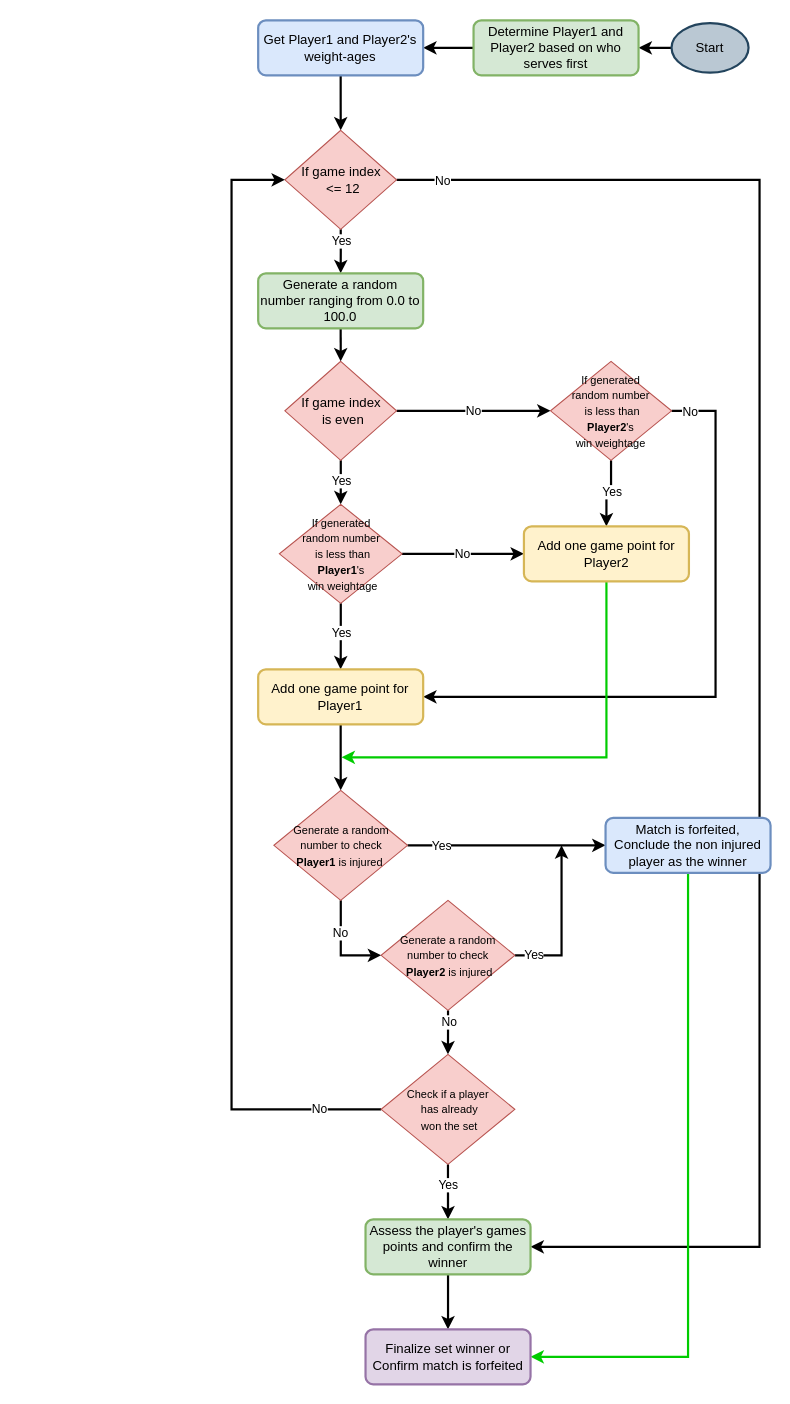
This is Final Project/TennisModel/SetSimulationDiagram.drawio from sriksrik7/SYS-611, a draw.io file, before an edit. Source tidied: cells renumbered, new cells numbered last; positions are measured from the earlier drawing's top-left corner, leaving out a move shared by most shapes. Both pictures are drawn from the tidied source at 110%, with x=0, y=0 at pixel (231, 20).
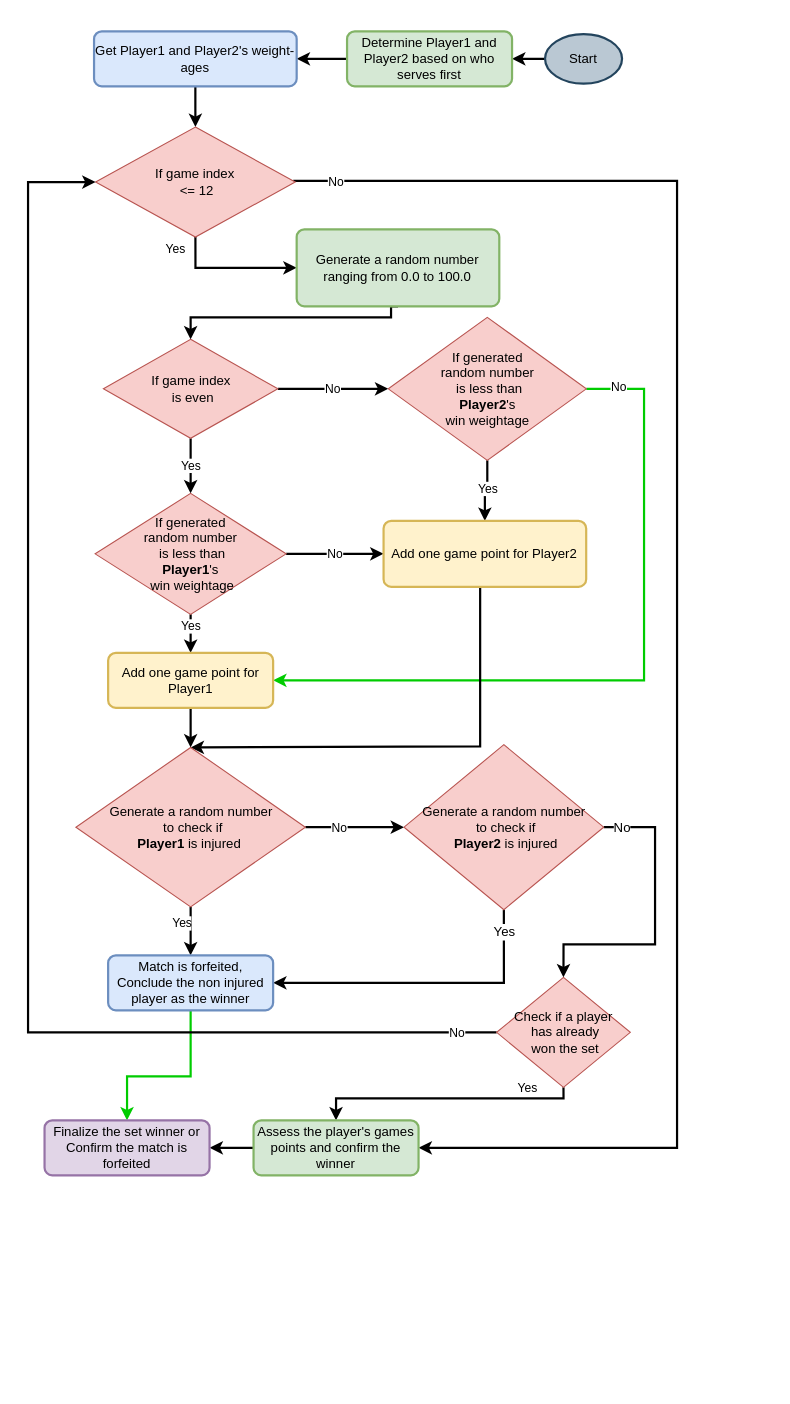
The same page after the edit.

Unchanged cells that the change refers to:
```xml
<mxCell id="8" style="edgeStyle=orthogonalEdgeStyle;rounded=0;jettySize=auto;html=1;exitX=0.5;exitY=1;exitDx=0;exitDy=0;strokeWidth=2;" parent="1" edge="1" source="12" target="18">
  <mxGeometry relative="1" as="geometry" />
</mxCell>
<mxCell id="19" style="edgeStyle=orthogonalEdgeStyle;rounded=0;jettySize=auto;html=1;entryX=0.5;entryY=0;entryDx=0;entryDy=0;strokeWidth=2;" parent="1" edge="1" source="22" target="29">
  <mxGeometry relative="1" as="geometry" />
</mxCell>
<mxCell id="33" style="edgeStyle=orthogonalEdgeStyle;rounded=0;jettySize=auto;html=1;strokeWidth=2;" parent="1" edge="1" source="35" target="41">
  <mxGeometry relative="1" as="geometry" />
</mxCell>
```

The edit, as a diff of the source:
```diff
@@
     <mxCell id="3" value="Start" style="strokeWidth=2;html=1;shape=mxgraph.flowchart.start_1;whiteSpace=wrap;fillColor=#bac8d3;strokeColor=#23445d;" parent="1" vertex="1">
-      <mxGeometry x="400" y="2.5" width="70" height="45" as="geometry" />
+      <mxGeometry x="285" y="12.5" width="70" height="45" as="geometry" />
     </mxCell>
@@
     <mxCell id="5" value="Determine Player1 and Player2 based on who serves first" style="rounded=1;whiteSpace=wrap;html=1;absoluteArcSize=1;arcSize=14;strokeWidth=2;fillColor=#d5e8d4;strokeColor=#82b366;" parent="1" vertex="1">
-      <mxGeometry x="220" width="150" height="50" as="geometry" />
+      <mxGeometry x="105" y="10" width="150" height="50" as="geometry" />
     </mxCell>
@@
     <mxCell id="7" value="Get Player1 and Player2's weight-ages" style="rounded=1;whiteSpace=wrap;html=1;absoluteArcSize=1;arcSize=14;strokeWidth=2;fillColor=#dae8fc;strokeColor=#6c8ebf;" parent="1" vertex="1">
-      <mxGeometry x="24.2" width="150" height="50" as="geometry" />
+      <mxGeometry x="-125" y="10" width="184.2" height="50" as="geometry" />
     </mxCell>
@@
     <mxCell id="9" value="Yes" style="edgeLabel;html=1;align=center;verticalAlign=middle;" parent="8" vertex="1">
       <mxGeometry x="-0.56" y="-1" relative="1" as="geometry">
-        <mxPoint x="1" y="1" as="offset" />
+        <mxPoint x="-18" y="-16" as="offset" />
       </mxGeometry>
     </mxCell>
     <mxCell id="10" style="edgeStyle=orthogonalEdgeStyle;rounded=0;jettySize=auto;html=1;strokeWidth=2;entryX=1;entryY=0.5;entryDx=0;entryDy=0;" parent="1" edge="1" source="12" target="48">
       <mxGeometry relative="1" as="geometry">
         <Array as="points">
-          <mxPoint x="480" y="145" />
-          <mxPoint x="480" y="1115" />
+          <mxPoint x="405" y="146" />
+          <mxPoint x="405" y="1025" />
         </Array>
       </mxGeometry>
     </mxCell>
@@
     <mxCell id="12" value="If game index&lt;br&gt;&amp;nbsp;&amp;lt;= 12" style="rhombus;whiteSpace=wrap;html=1;fillColor=#f8cecc;strokeColor=#b85450;" parent="1" vertex="1">
-      <mxGeometry x="48.5" y="100" width="101.5" height="90" as="geometry" />
+      <mxGeometry x="-123.6" y="97" width="181.5" height="100" as="geometry" />
     </mxCell>
@@
     <mxCell id="16" value="If game index&lt;br&gt;&amp;nbsp;is even" style="rhombus;whiteSpace=wrap;html=1;fillColor=#f8cecc;strokeColor=#b85450;" parent="1" vertex="1">
-      <mxGeometry x="48.5" y="310" width="101.5" height="90" as="geometry" />
+      <mxGeometry x="-116.5" y="290" width="158.6" height="90" as="geometry" />
     </mxCell>
     <mxCell id="17" style="edgeStyle=orthogonalEdgeStyle;rounded=0;jettySize=auto;html=1;exitX=0.5;exitY=1;exitDx=0;exitDy=0;entryX=0.5;entryY=0;entryDx=0;entryDy=0;strokeWidth=2;" parent="1" edge="1" source="18" target="16">
-      <mxGeometry relative="1" as="geometry" />
+      <mxGeometry relative="1" as="geometry">
+        <Array as="points">
+          <mxPoint x="145" y="260" />
+          <mxPoint x="145" y="270" />
+          <mxPoint x="-37" y="270" />
+        </Array>
+      </mxGeometry>
     </mxCell>
     <mxCell id="18" value="Generate a random number ranging from 0.0 to 100.0" style="rounded=1;whiteSpace=wrap;html=1;absoluteArcSize=1;arcSize=14;strokeWidth=2;fillColor=#d5e8d4;strokeColor=#82b366;" parent="1" vertex="1">
-      <mxGeometry x="24.2" y="230" width="150" height="50" as="geometry" />
+      <mxGeometry x="59.2" y="190" width="184.2" height="70" as="geometry" />
     </mxCell>
@@
     <mxCell id="20" value="Yes" style="edgeLabel;html=1;align=center;verticalAlign=middle;" parent="19" vertex="1">
-      <mxGeometry x="-0.1" relative="1" as="geometry" />
+      <mxGeometry x="-0.1" relative="1" as="geometry">
+        <mxPoint y="-10" as="offset" />
+      </mxGeometry>
     </mxCell>
@@
-    <mxCell id="22" value="&lt;font style=&quot;font-size: 10px&quot;&gt;If generated &lt;br&gt;random number&lt;br&gt;&amp;nbsp;is less than&lt;br&gt;&lt;b&gt;Player1&lt;/b&gt;'s&lt;br&gt;&amp;nbsp;win weightage&lt;/font&gt;" style="rhombus;whiteSpace=wrap;html=1;fillColor=#f8cecc;strokeColor=#b85450;" parent="1" vertex="1">
-      <mxGeometry x="43.5" y="440" width="111.5" height="90" as="geometry" />
+    <mxCell id="22" value="&lt;font style=&quot;font-size: 12px&quot;&gt;If generated &lt;br&gt;random number&lt;br&gt;&amp;nbsp;is less than&lt;br&gt;&lt;b&gt;Player1&lt;/b&gt;'s&lt;br&gt;&amp;nbsp;win weightage&lt;/font&gt;" style="rhombus;whiteSpace=wrap;html=1;fillColor=#f8cecc;strokeColor=#b85450;" parent="1" vertex="1">
+      <mxGeometry x="-124" y="430" width="173.6" height="110" as="geometry" />
     </mxCell>
@@
-    <mxCell id="25" style="edgeStyle=orthogonalEdgeStyle;rounded=0;jettySize=auto;html=1;strokeWidth=2;entryX=1;entryY=0.5;entryDx=0;entryDy=0;" parent="1" edge="1" source="27" target="29">
+    <mxCell id="25" style="edgeStyle=orthogonalEdgeStyle;rounded=0;jettySize=auto;html=1;strokeWidth=2;entryX=1;entryY=0.5;entryDx=0;entryDy=0;exitX=1;exitY=0.5;exitDx=0;exitDy=0;strokeColor=#00CC00;" parent="1" edge="1" source="27" target="29">
       <mxGeometry relative="1" as="geometry">
         <Array as="points">
-          <mxPoint x="440" y="355" />
-          <mxPoint x="440" y="615" />
+          <mxPoint x="375" y="335" />
+          <mxPoint x="375" y="600" />
         </Array>
       </mxGeometry>
     </mxCell>
@@
-    <mxCell id="27" value="&lt;font style=&quot;font-size: 10px&quot;&gt;If generated &lt;br&gt;random number&lt;br&gt;&amp;nbsp;is less than&lt;br&gt;&lt;b&gt;Player2&lt;/b&gt;'s &lt;br&gt;win weightage&lt;/font&gt;" style="rhombus;whiteSpace=wrap;html=1;fillColor=#f8cecc;strokeColor=#b85450;" parent="1" vertex="1">
-      <mxGeometry x="290" y="310" width="110" height="90" as="geometry" />
+    <mxCell id="27" value="&lt;font style=&quot;font-size: 12px&quot;&gt;If generated &lt;br&gt;random number&lt;br&gt;&amp;nbsp;is less than&lt;br&gt;&lt;b&gt;Player2&lt;/b&gt;'s &lt;br&gt;win weightage&lt;/font&gt;" style="rhombus;whiteSpace=wrap;html=1;fillColor=#f8cecc;strokeColor=#b85450;" parent="1" vertex="1">
+      <mxGeometry x="142.5" y="270" width="180" height="130" as="geometry" />
     </mxCell>
@@
     <mxCell id="29" value="Add one game point for Player1" style="rounded=1;whiteSpace=wrap;html=1;absoluteArcSize=1;arcSize=14;strokeWidth=2;fillColor=#fff2cc;strokeColor=#d6b656;" parent="1" vertex="1">
-      <mxGeometry x="24.2" y="590" width="150" height="50" as="geometry" />
+      <mxGeometry x="-112.2" y="575" width="150" height="50" as="geometry" />
     </mxCell>
-    <mxCell id="30" style="edgeStyle=orthogonalEdgeStyle;rounded=0;jettySize=auto;html=1;strokeWidth=2;strokeColor=#00CC00;" parent="1" edge="1" source="31">
+    <mxCell id="30" style="edgeStyle=orthogonalEdgeStyle;rounded=0;jettySize=auto;html=1;strokeWidth=2;entryX=0.5;entryY=0;entryDx=0;entryDy=0;" parent="1" edge="1" source="31" target="35">
       <mxGeometry relative="1" as="geometry">
-        <mxPoint x="100" y="670" as="targetPoint" />
         <Array as="points">
-          <mxPoint x="341" y="670" />
+          <mxPoint x="226" y="660" />
+          <mxPoint x="-37" y="660" />
         </Array>
       </mxGeometry>
     </mxCell>
     <mxCell id="31" value="Add one game point for Player2" style="rounded=1;whiteSpace=wrap;html=1;absoluteArcSize=1;arcSize=14;strokeWidth=2;fillColor=#fff2cc;strokeColor=#d6b656;" parent="1" vertex="1">
-      <mxGeometry x="265.8" y="460" width="150" height="50" as="geometry" />
+      <mxGeometry x="138.2" y="455" width="184.2" height="60" as="geometry" />
     </mxCell>
@@
     <mxCell id="34" value="Yes" style="edgeLabel;html=1;align=center;verticalAlign=middle;" parent="33" vertex="1">
       <mxGeometry x="-0.81" y="-2" relative="1" as="geometry">
-        <mxPoint x="13" y="-2" as="offset" />
+        <mxPoint x="-6" y="10" as="offset" />
       </mxGeometry>
     </mxCell>
-    <mxCell id="35" value="&lt;span style=&quot;font-size: 10px&quot;&gt;Generate a&amp;nbsp;random number to check &lt;br&gt;&lt;b&gt;Player1&lt;/b&gt; is injured&amp;nbsp;&lt;/span&gt;" style="rhombus;whiteSpace=wrap;html=1;fillColor=#f8cecc;strokeColor=#b85450;" parent="1" vertex="1">
-      <mxGeometry x="38.5" y="700" width="121.5" height="100" as="geometry" />
+    <mxCell id="35" value="&lt;span&gt;Generate a&amp;nbsp;random number&lt;br&gt;&amp;nbsp;to check if&lt;br&gt;&lt;b&gt;Player1&lt;/b&gt; is injured&amp;nbsp;&lt;/span&gt;" style="rhombus;whiteSpace=wrap;html=1;fillColor=#f8cecc;strokeColor=#b85450;" parent="1" vertex="1">
+      <mxGeometry x="-141.5" y="661" width="208.6" height="145" as="geometry" />
     </mxCell>
-    <mxCell id="36" value="Yes" style="edgeStyle=orthogonalEdgeStyle;rounded=0;jettySize=auto;html=1;strokeWidth=2;" parent="1" edge="1" source="39">
-      <mxGeometry x="-0.76" relative="1" as="geometry">
-        <mxPoint x="300" y="750" as="targetPoint" />
+    <mxCell id="36" value="&lt;font style=&quot;font-size: 12px&quot;&gt;Yes&lt;/font&gt;" style="edgeStyle=orthogonalEdgeStyle;rounded=0;jettySize=auto;html=1;strokeWidth=2;exitX=0.5;exitY=1;exitDx=0;exitDy=0;entryX=1;entryY=0.5;entryDx=0;entryDy=0;" parent="1" edge="1" source="39" target="41">
+      <mxGeometry x="-0.85" relative="1" as="geometry">
         <Array as="points">
-          <mxPoint x="300" y="850" />
+          <mxPoint x="248" y="875" />
         </Array>
       </mxGeometry>
     </mxCell>
-    <mxCell id="37" style="edgeStyle=orthogonalEdgeStyle;rounded=0;jettySize=auto;html=1;strokeWidth=2;entryX=0.5;entryY=0;entryDx=0;entryDy=0;" parent="1" edge="1" source="39" target="46">
-      <mxGeometry relative="1" as="geometry" />
+    <mxCell id="37" style="edgeStyle=orthogonalEdgeStyle;rounded=0;jettySize=auto;html=1;strokeWidth=2;entryX=0.5;entryY=0;entryDx=0;entryDy=0;exitX=1;exitY=0.5;exitDx=0;exitDy=0;" parent="1" edge="1" source="39" target="46">
+      <mxGeometry relative="1" as="geometry">
+        <Array as="points">
+          <mxPoint x="385" y="734" />
+          <mxPoint x="385" y="840" />
+          <mxPoint x="302" y="840" />
+        </Array>
+      </mxGeometry>
     </mxCell>
-    <mxCell id="38" value="No" style="edgeLabel;html=1;align=center;verticalAlign=middle;" parent="37" vertex="1">
-      <mxGeometry x="-0.45" y="1" relative="1" as="geometry" />
+    <mxCell id="38" value="No" style="edgeLabel;html=1;align=center;verticalAlign=middle;fontSize=12;" parent="37" vertex="1">
+      <mxGeometry x="-0.91" y="-3" relative="1" as="geometry">
+        <mxPoint x="4" y="-3" as="offset" />
+      </mxGeometry>
     </mxCell>
-    <mxCell id="39" value="&lt;span style=&quot;font-size: 10px&quot;&gt;Generate a&amp;nbsp;random number to check&lt;br&gt;&amp;nbsp;&amp;nbsp;&lt;b&gt;Player2&lt;/b&gt; is injured&amp;nbsp;&lt;/span&gt;" style="rhombus;whiteSpace=wrap;html=1;fillColor=#f8cecc;strokeColor=#b85450;" parent="1" vertex="1">
-      <mxGeometry x="136" y="800" width="121.5" height="100" as="geometry" />
+    <mxCell id="39" value="&lt;span&gt;Generate a&amp;nbsp;random number&lt;br&gt;&amp;nbsp;to check if&lt;br&gt;&amp;nbsp;&amp;nbsp;&lt;b&gt;Player2&lt;/b&gt; is injured&amp;nbsp;&lt;/span&gt;" style="rhombus;whiteSpace=wrap;html=1;fillColor=#f8cecc;strokeColor=#b85450;" parent="1" vertex="1">
+      <mxGeometry x="156.8" y="658.5" width="181.5" height="150" as="geometry" />
     </mxCell>
-    <mxCell id="40" style="edgeStyle=orthogonalEdgeStyle;rounded=0;jettySize=auto;html=1;strokeWidth=2;entryX=1;entryY=0.5;entryDx=0;entryDy=0;strokeColor=#00CC00;" parent="1" edge="1" source="41" target="49">
+    <mxCell id="40" style="edgeStyle=orthogonalEdgeStyle;rounded=0;jettySize=auto;html=1;entryX=0.5;entryY=0;entryDx=0;entryDy=0;strokeWidth=2;strokeColor=#00CC00;" parent="1" edge="1" source="41" target="49">
       <mxGeometry relative="1" as="geometry">
         <Array as="points">
-          <mxPoint x="415" y="1215" />
+          <mxPoint x="-37" y="960" />
+          <mxPoint x="-95" y="960" />
         </Array>
       </mxGeometry>
     </mxCell>
     <mxCell id="41" value="Match is forfeited, Conclude the non injured player as the winner" style="rounded=1;whiteSpace=wrap;html=1;absoluteArcSize=1;arcSize=14;strokeWidth=2;fillColor=#dae8fc;strokeColor=#6c8ebf;" parent="1" vertex="1">
-      <mxGeometry x="340" y="725" width="150" height="50" as="geometry" />
+      <mxGeometry x="-112.2" y="850" width="150" height="50" as="geometry" />
     </mxCell>
-    <mxCell id="42" style="edgeStyle=orthogonalEdgeStyle;rounded=0;jettySize=auto;html=1;strokeWidth=2;entryX=0;entryY=0.5;entryDx=0;entryDy=0;" parent="1" edge="1" source="46" target="12">
+    <mxCell id="42" style="edgeStyle=orthogonalEdgeStyle;rounded=0;jettySize=auto;html=1;strokeWidth=2;entryX=0;entryY=0.5;entryDx=0;entryDy=0;exitX=0;exitY=0.5;exitDx=0;exitDy=0;" parent="1" edge="1" source="46" target="12">
       <mxGeometry relative="1" as="geometry">
         <Array as="points">
-          <mxPoint y="990" />
-          <mxPoint y="145" />
+          <mxPoint x="-185" y="920" />
+          <mxPoint x="-185" y="147" />
         </Array>
       </mxGeometry>
     </mxCell>
     <mxCell id="43" value="No" style="edgeLabel;html=1;align=center;verticalAlign=middle;" parent="42" vertex="1">
-      <mxGeometry x="-0.89" y="-1" relative="1" as="geometry" />
+      <mxGeometry x="-0.89" y="-1" relative="1" as="geometry">
+        <mxPoint x="32" y="1" as="offset" />
+      </mxGeometry>
     </mxCell>
     <mxCell id="44" style="edgeStyle=orthogonalEdgeStyle;rounded=0;jettySize=auto;html=1;strokeWidth=2;exitX=0.5;exitY=1;exitDx=0;exitDy=0;entryX=0.5;entryY=0;entryDx=0;entryDy=0;" parent="1" edge="1" source="46" target="48">
-      <mxGeometry relative="1" as="geometry" />
+      <mxGeometry relative="1" as="geometry">
+        <Array as="points">
+          <mxPoint x="302" y="980" />
+          <mxPoint x="95" y="980" />
+        </Array>
+      </mxGeometry>
     </mxCell>
     <mxCell id="45" value="Yes" style="edgeLabel;html=1;align=center;verticalAlign=middle;" parent="44" vertex="1">
       <mxGeometry x="-0.26" y="5" relative="1" as="geometry">
-        <mxPoint x="-5" as="offset" />
+        <mxPoint x="45" y="-15" as="offset" />
       </mxGeometry>
     </mxCell>
-    <mxCell id="46" value="&lt;span style=&quot;font-size: 10px&quot;&gt;Check if a player&lt;br&gt;&amp;nbsp;has already&lt;br&gt;&amp;nbsp;won the set&lt;/span&gt;" style="rhombus;whiteSpace=wrap;html=1;fillColor=#f8cecc;strokeColor=#b85450;" parent="1" vertex="1">
-      <mxGeometry x="136" y="940" width="121.5" height="100" as="geometry" />
+    <mxCell id="46" value="&lt;span&gt;Check if a player&lt;br&gt;&amp;nbsp;has already&lt;br&gt;&amp;nbsp;won the set&lt;/span&gt;" style="rhombus;whiteSpace=wrap;html=1;fillColor=#f8cecc;strokeColor=#b85450;" parent="1" vertex="1">
+      <mxGeometry x="241" y="870" width="121.5" height="100" as="geometry" />
     </mxCell>
-    <mxCell id="47" style="edgeStyle=orthogonalEdgeStyle;rounded=0;jettySize=auto;html=1;entryX=0.5;entryY=0;entryDx=0;entryDy=0;strokeWidth=2;" parent="1" edge="1" source="48" target="49">
+    <mxCell id="47" style="edgeStyle=orthogonalEdgeStyle;rounded=0;jettySize=auto;html=1;strokeWidth=2;" parent="1" edge="1" source="48" target="49">
       <mxGeometry relative="1" as="geometry" />
     </mxCell>
     <mxCell id="48" value="Assess the player's games points and confirm the winner" style="rounded=1;whiteSpace=wrap;html=1;absoluteArcSize=1;arcSize=14;strokeWidth=2;fillColor=#d5e8d4;strokeColor=#82b366;" parent="1" vertex="1">
-      <mxGeometry x="121.8" y="1090" width="150" height="50" as="geometry" />
+      <mxGeometry x="20" y="1000" width="150" height="50" as="geometry" />
     </mxCell>
-    <mxCell id="49" value="Finalize set winner or Confirm match is forfeited" style="rounded=1;whiteSpace=wrap;html=1;absoluteArcSize=1;arcSize=14;strokeWidth=2;fillColor=#e1d5e7;strokeColor=#9673a6;" parent="1" vertex="1">
-      <mxGeometry x="121.8" y="1190" width="150" height="50" as="geometry" />
+    <mxCell id="49" value="Finalize the set winner or Confirm the match is forfeited" style="rounded=1;whiteSpace=wrap;html=1;absoluteArcSize=1;arcSize=14;strokeWidth=2;fillColor=#e1d5e7;strokeColor=#9673a6;" parent="1" vertex="1">
+      <mxGeometry x="-170" y="1000" width="150" height="50" as="geometry" />
     </mxCell>
```
